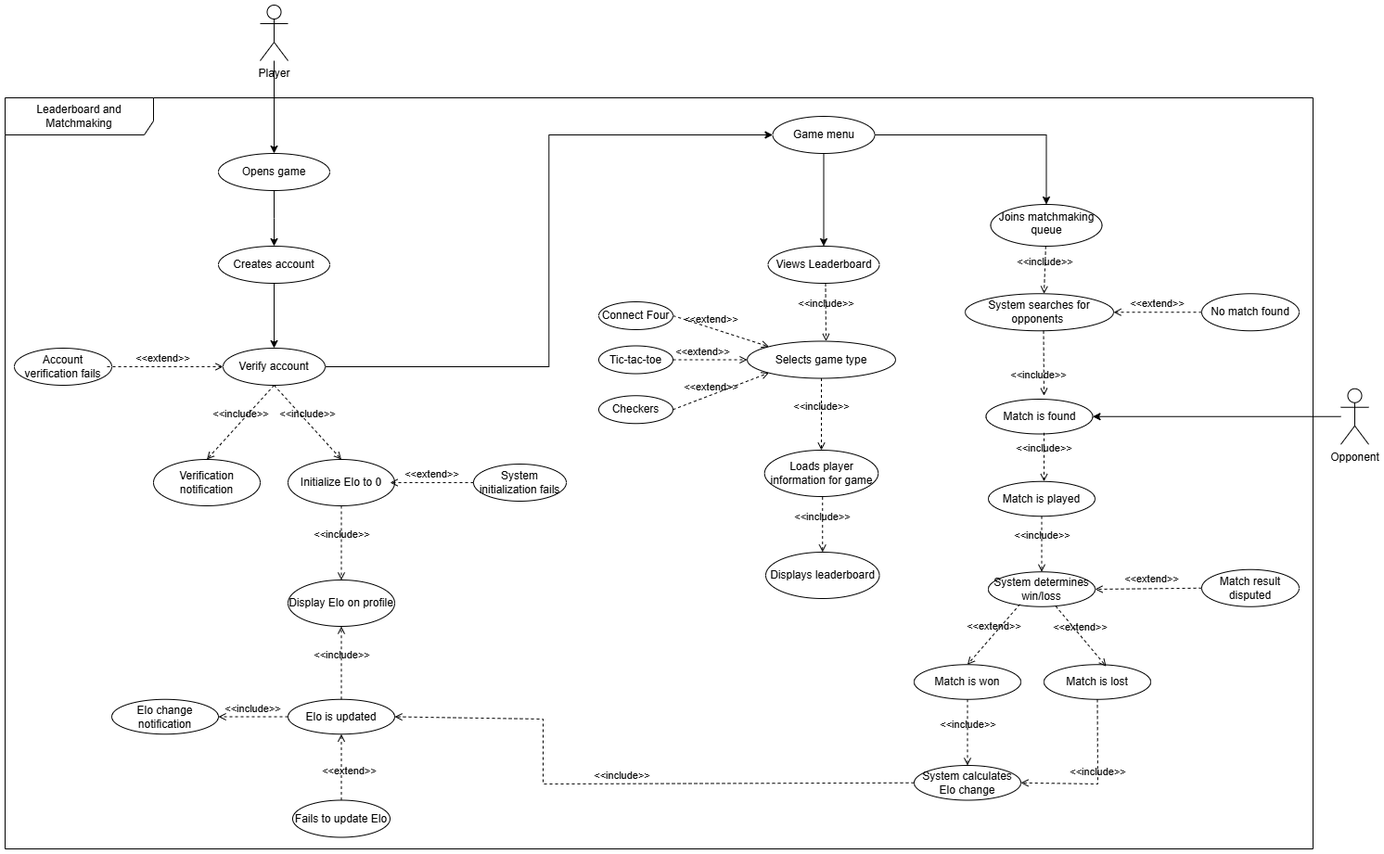
The draw.io diagram Use Cases/LeaderboardUseCaseDiagram.png in aeMyst/Minigame-Portal, before a commit. Source tidied: cells renumbered, new cells last; positions are measured from the earlier drawing's top-left corner, leaving out a move shared by most shapes.
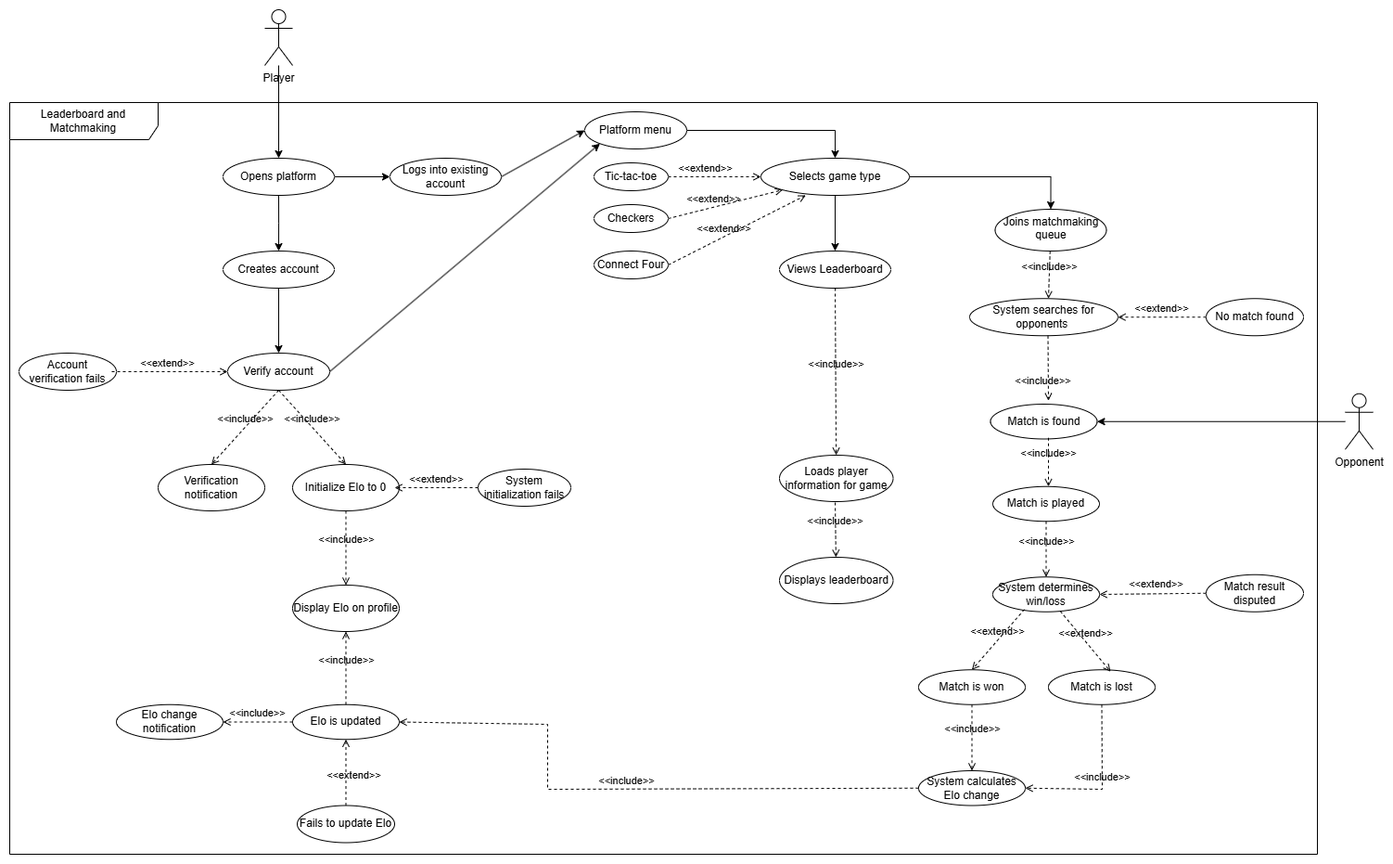
After the change.

Commit message:
Made some fixes and slight additions to existing diagram

Diff of the diagram source:
```diff
@@ -13,15 +13,15 @@
         <mxPoint x="290" y="260" as="targetPoint" />
       </mxGeometry>
     </mxCell>
+    <mxCell id="66" style="edgeStyle=orthogonalEdgeStyle;rounded=0;jettySize=auto;html=1;exitX=1;exitY=0.5;exitDx=0;exitDy=0;entryX=0;entryY=0.5;entryDx=0;entryDy=0;" parent="1" edge="1" source="5" target="68">
+      <mxGeometry relative="1" as="geometry" />
+    </mxCell>
-    <mxCell id="5" value="Opens game" style="ellipse;whiteSpace=wrap;html=1;" parent="1" vertex="1">
+    <mxCell id="5" value="Opens platform" style="ellipse;whiteSpace=wrap;html=1;" parent="1" vertex="1">
       <mxGeometry x="230" y="160" width="120" height="40" as="geometry" />
     </mxCell>
     <mxCell id="6" value="Leaderboard and Matchmaking" style="shape=umlFrame;whiteSpace=wrap;html=1;width=160;height=40;" parent="1" vertex="1">
       <mxGeometry y="100" width="1410" height="810" as="geometry" />
     </mxCell>
-    <mxCell id="7" style="edgeStyle=orthogonalEdgeStyle;rounded=0;jettySize=auto;html=1;entryX=0;entryY=0.5;entryDx=0;entryDy=0;" parent="1" edge="1" source="8" target="52">
-      <mxGeometry relative="1" as="geometry" />
-    </mxCell>
     <mxCell id="8" value="Verify account" style="ellipse;whiteSpace=wrap;html=1;" parent="1" vertex="1">
       <mxGeometry x="235" y="370" width="110" height="40" as="geometry" />
     </mxCell>
@@ -171,58 +171,68 @@
         <mxPoint x="1" as="offset" />
       </mxGeometry>
     </mxCell>
-    <mxCell id="50" style="edgeStyle=orthogonalEdgeStyle;rounded=0;jettySize=auto;html=1;" parent="1" edge="1" source="52" target="19">
+    <mxCell id="50" style="edgeStyle=orthogonalEdgeStyle;rounded=0;jettySize=auto;html=1;" parent="1" edge="1" source="54" target="19">
       <mxGeometry relative="1" as="geometry" />
     </mxCell>
-    <mxCell id="51" style="edgeStyle=orthogonalEdgeStyle;rounded=0;jettySize=auto;html=1;" parent="1" edge="1" source="52" target="53">
+    <mxCell id="51" style="edgeStyle=orthogonalEdgeStyle;rounded=0;jettySize=auto;html=1;" parent="1" edge="1" source="54" target="53">
       <mxGeometry relative="1" as="geometry" />
     </mxCell>
-    <mxCell id="52" value="Game menu" style="ellipse;whiteSpace=wrap;html=1;" parent="1" vertex="1">
-      <mxGeometry x="827.5" y="120" width="110" height="40" as="geometry" />
+    <mxCell id="52" value="Platform menu" style="ellipse;whiteSpace=wrap;html=1;" parent="1" vertex="1">
+      <mxGeometry x="620" y="110" width="110" height="40" as="geometry" />
     </mxCell>
     <mxCell id="53" value="Views Leaderboard" style="ellipse;whiteSpace=wrap;html=1;" parent="1" vertex="1">
-      <mxGeometry x="822.5" y="260" width="120" height="40" as="geometry" />
+      <mxGeometry x="830" y="260" width="120" height="40" as="geometry" />
     </mxCell>
-    <mxCell id="54" value="Selects game type" style="ellipse;whiteSpace=wrap;html=1;" parent="1" vertex="1">
-      <mxGeometry x="800" y="362.5" width="160" height="40" as="geometry" />
-    </mxCell>
-    <mxCell id="55" value="&amp;lt;&amp;lt;include&amp;gt;&amp;gt;" style="html=1;verticalAlign=bottom;labelBackgroundColor=none;endArrow=open;endFill=0;dashed=1;rounded=0;exitX=0.5;exitY=1;exitDx=0;exitDy=0;" parent="1" edge="1">
-      <mxGeometry relative="1" as="geometry">
-        <mxPoint x="884.5" y="300" as="sourcePoint" />
-        <mxPoint x="885" y="362.5" as="targetPoint" />
-      </mxGeometry>
+    <mxCell id="55" value="&amp;lt;&amp;lt;include&amp;gt;&amp;gt;" style="html=1;verticalAlign=bottom;labelBackgroundColor=none;endArrow=open;endFill=0;dashed=1;rounded=0;exitX=0.5;exitY=1;exitDx=0;exitDy=0;" parent="1" edge="1" source="53" target="58">
+      <mxGeometry relative="1" as="geometry" />
     </mxCell>
     <mxCell id="56" value="&amp;lt;&amp;lt;extend&amp;gt;&amp;gt;" style="html=1;verticalAlign=bottom;labelBackgroundColor=none;endArrow=open;endFill=0;dashed=1;rounded=0;exitX=1;exitY=0.5;exitDx=0;exitDy=0;entryX=0;entryY=1;entryDx=0;entryDy=0;" parent="1" edge="1" source="57" target="54">
       <mxGeometry x="-0.2" relative="1" as="geometry" />
     </mxCell>
     <mxCell id="57" value="Checkers" style="ellipse;whiteSpace=wrap;html=1;" parent="1" vertex="1">
-      <mxGeometry x="640" y="421.2" width="80" height="30" as="geometry" />
+      <mxGeometry x="630" y="210" width="80" height="30" as="geometry" />
     </mxCell>
     <mxCell id="58" value="Loads player information for game" style="ellipse;whiteSpace=wrap;html=1;" parent="1" vertex="1">
-      <mxGeometry x="818.8" y="480" width="122.5" height="50" as="geometry" />
+      <mxGeometry x="830" y="480" width="122.5" height="50" as="geometry" />
     </mxCell>
-    <mxCell id="59" value="&amp;lt;&amp;lt;include&amp;gt;&amp;gt;" style="html=1;verticalAlign=bottom;labelBackgroundColor=none;endArrow=open;endFill=0;dashed=1;rounded=0;exitX=0.5;exitY=1;exitDx=0;exitDy=0;" parent="1" edge="1" source="54" target="58">
-      <mxGeometry relative="1" as="geometry" />
-    </mxCell>
     <mxCell id="60" value="&amp;lt;&amp;lt;extend&amp;gt;&amp;gt;" style="html=1;verticalAlign=bottom;labelBackgroundColor=none;endArrow=open;endFill=0;dashed=1;rounded=0;exitX=1;exitY=0.5;exitDx=0;exitDy=0;entryX=0;entryY=0.5;entryDx=0;entryDy=0;" parent="1" edge="1" source="61" target="54">
       <mxGeometry x="-0.2" relative="1" as="geometry" />
     </mxCell>
     <mxCell id="61" value="Tic-tac-toe" style="ellipse;whiteSpace=wrap;html=1;" parent="1" vertex="1">
-      <mxGeometry x="640" y="367.5" width="80" height="30" as="geometry" />
+      <mxGeometry x="630" y="165" width="80" height="30" as="geometry" />
     </mxCell>
-    <mxCell id="62" value="&amp;lt;&amp;lt;extend&amp;gt;&amp;gt;" style="html=1;verticalAlign=bottom;labelBackgroundColor=none;endArrow=open;endFill=0;dashed=1;rounded=0;exitX=1;exitY=0.5;exitDx=0;exitDy=0;entryX=0;entryY=0;entryDx=0;entryDy=0;" parent="1" edge="1" source="63" target="54">
+    <mxCell id="62" value="&amp;lt;&amp;lt;extend&amp;gt;&amp;gt;" style="html=1;verticalAlign=bottom;labelBackgroundColor=none;endArrow=open;endFill=0;dashed=1;rounded=0;exitX=1;exitY=0.5;exitDx=0;exitDy=0;entryX=0.302;entryY=1;entryDx=0;entryDy=0;entryPerimeter=0;" parent="1" edge="1" source="63" target="54">
       <mxGeometry x="-0.2" relative="1" as="geometry" />
     </mxCell>
     <mxCell id="63" value="Connect Four" style="ellipse;whiteSpace=wrap;html=1;" parent="1" vertex="1">
-      <mxGeometry x="640" y="320" width="80" height="30" as="geometry" />
+      <mxGeometry x="630" y="260" width="80" height="30" as="geometry" />
     </mxCell>
     <mxCell id="64" value="Displays leaderboard" style="ellipse;whiteSpace=wrap;html=1;" parent="1" vertex="1">
-      <mxGeometry x="820" y="590" width="122.5" height="50" as="geometry" />
+      <mxGeometry x="830" y="590" width="122.5" height="50" as="geometry" />
     </mxCell>
-    <mxCell id="65" value="&amp;lt;&amp;lt;include&amp;gt;&amp;gt;" style="html=1;verticalAlign=bottom;labelBackgroundColor=none;endArrow=open;endFill=0;dashed=1;rounded=0;exitX=0.5;exitY=1;exitDx=0;exitDy=0;" parent="1" edge="1" target="64">
+    <mxCell id="65" value="&amp;lt;&amp;lt;include&amp;gt;&amp;gt;" style="html=1;verticalAlign=bottom;labelBackgroundColor=none;endArrow=open;endFill=0;dashed=1;rounded=0;" parent="1" edge="1" target="64">
       <mxGeometry relative="1" as="geometry">
-        <mxPoint x="881.2" y="530.5" as="sourcePoint" />
+        <mxPoint x="890" y="531" as="sourcePoint" />
       </mxGeometry>
     </mxCell>
+    <mxCell id="67" style="edgeStyle=orthogonalEdgeStyle;rounded=0;jettySize=auto;html=1;entryX=0.5;entryY=0;entryDx=0;entryDy=0;exitX=1;exitY=0.5;exitDx=0;exitDy=0;" parent="1" edge="1" source="52" target="54">
+      <mxGeometry relative="1" as="geometry">
+        <Array as="points">
+          <mxPoint x="890" y="130" />
+        </Array>
+      </mxGeometry>
+    </mxCell>
+    <mxCell id="54" value="Selects game type" style="ellipse;whiteSpace=wrap;html=1;" parent="1" vertex="1">
+      <mxGeometry x="810" y="160" width="160" height="40" as="geometry" />
+    </mxCell>
+    <mxCell id="68" value="Logs into existing account" style="ellipse;whiteSpace=wrap;html=1;" parent="1" vertex="1">
+      <mxGeometry x="410" y="160" width="120" height="40" as="geometry" />
+    </mxCell>
+    <mxCell id="69" style="endArrow=classic;html=1;rounded=0;entryX=0;entryY=0.5;entryDx=0;entryDy=0;exitX=1;exitY=0.5;exitDx=0;exitDy=0;" parent="1" edge="1" source="68" target="52">
+      <mxGeometry relative="1" as="geometry" />
+    </mxCell>
+    <mxCell id="7" style="endArrow=classic;html=1;rounded=0;exitX=1;exitY=0.5;exitDx=0;exitDy=0;entryX=0;entryY=1;entryDx=0;entryDy=0;" parent="1" edge="1" source="8" target="52">
+      <mxGeometry relative="1" as="geometry" />
+    </mxCell>
   </root>
 </mxGraphModel>
```
